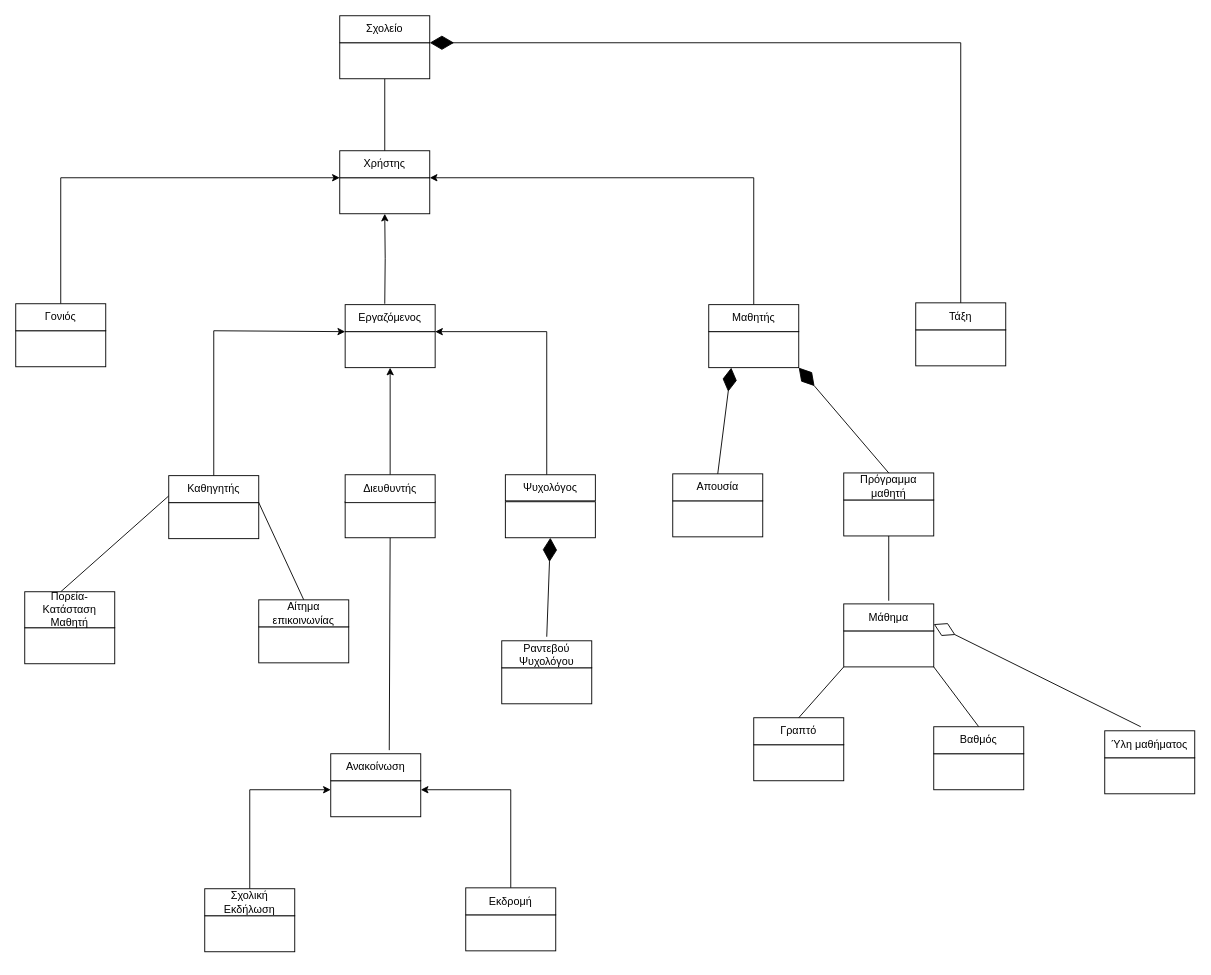
Above: Παραδοτέο2/domain_model.drawio in m1kemp/School-Hero (draw.io), before the change. Source tidied: cells renumbered, new cells numbered last; positions are measured from the earlier drawing's top-left corner, leaving out a move shared by most shapes. Both pictures are drawn from the tidied source at 90%, with x=0, y=0 at pixel (15, 15).
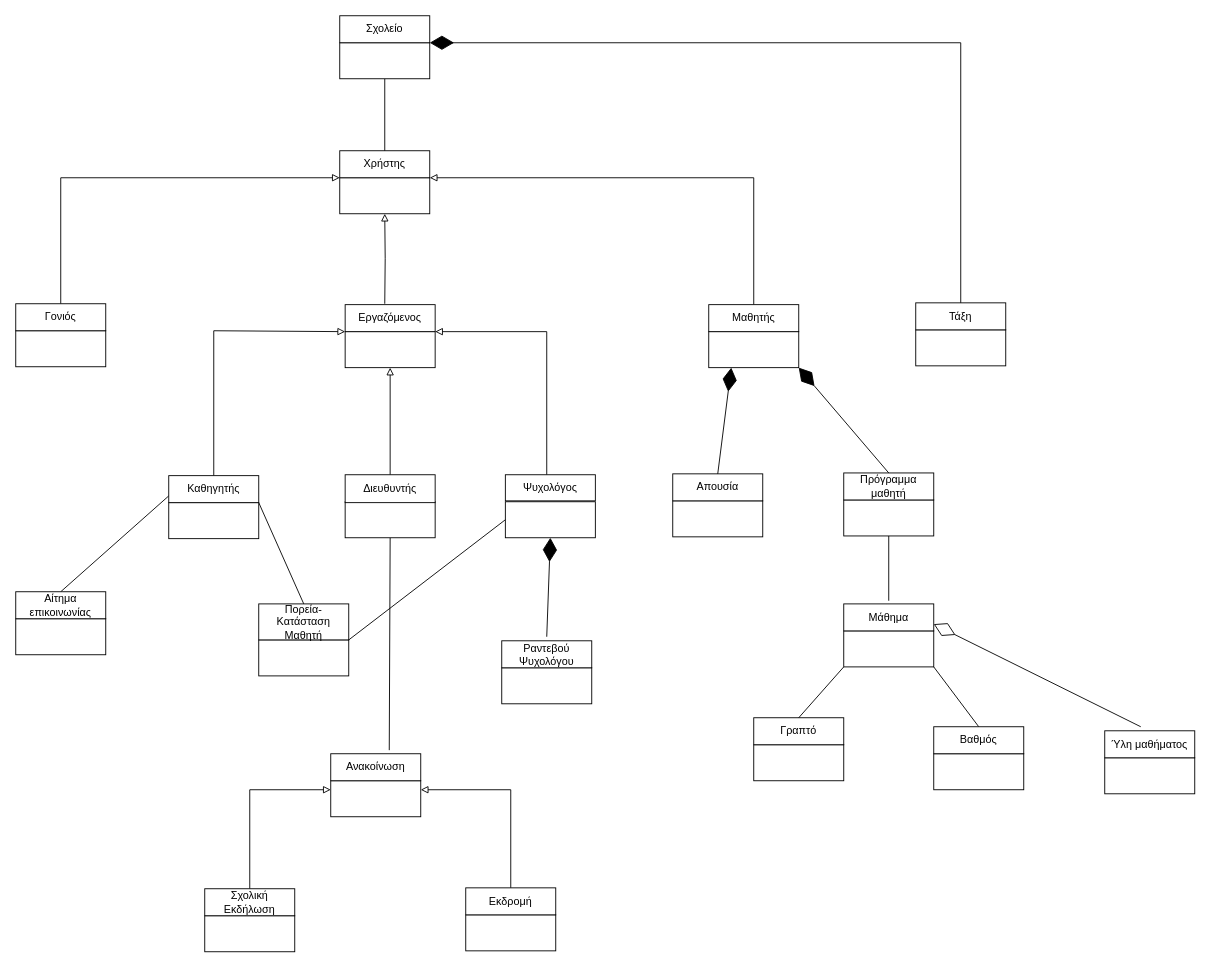
The same page after the edit.

The change refers to these unchanged cells:
```xml
<mxCell id="3" style="rounded=0;whiteSpace=wrap;html=1;" parent="1" vertex="1">
  <mxGeometry x="360" y="180" width="100" height="40" as="geometry" />
</mxCell>
<mxCell id="6" value="Χρήστης" style="rounded=0;whiteSpace=wrap;html=1;" parent="1" vertex="1">
  <mxGeometry x="360" y="150" width="100" height="30" as="geometry" />
</mxCell>
<mxCell id="9" value="Μαθητής" style="rounded=0;whiteSpace=wrap;html=1;" parent="1" vertex="1">
  <mxGeometry x="770" y="321" width="100" height="30" as="geometry" />
</mxCell>
<mxCell id="12" value="Γονιός" style="rounded=0;whiteSpace=wrap;html=1;" parent="1" vertex="1">
  <mxGeometry y="320" width="100" height="30" as="geometry" />
</mxCell>
<mxCell id="16" style="rounded=0;whiteSpace=wrap;html=1;" parent="1" vertex="1">
  <mxGeometry x="366" y="351" width="100" height="40" as="geometry" />
</mxCell>
<mxCell id="18" value="Εργαζόμενος" style="rounded=0;whiteSpace=wrap;html=1;" parent="1" vertex="1">
  <mxGeometry x="366" y="321" width="100" height="30" as="geometry" />
</mxCell>
<mxCell id="21" style="rounded=0;whiteSpace=wrap;html=1;" parent="1" vertex="1">
  <mxGeometry x="170" y="541" width="100" height="40" as="geometry" />
</mxCell>
<mxCell id="23" value="Καθηγητής" style="rounded=0;whiteSpace=wrap;html=1;" parent="1" vertex="1">
  <mxGeometry x="170" y="511" width="100" height="30" as="geometry" />
</mxCell>
<mxCell id="27" value="Διευθυντής" style="rounded=0;whiteSpace=wrap;html=1;" parent="1" vertex="1">
  <mxGeometry x="366" y="510" width="100" height="31" as="geometry" />
</mxCell>
<mxCell id="64" style="rounded=0;whiteSpace=wrap;html=1;" parent="1" vertex="1">
  <mxGeometry x="350" y="850" width="100" height="40" as="geometry" />
</mxCell>
<mxCell id="68" value="Σχολική Εκδήλωση" style="rounded=0;whiteSpace=wrap;html=1;" parent="1" vertex="1">
  <mxGeometry x="210" y="970" width="100" height="30" as="geometry" />
</mxCell>
<mxCell id="71" value="Εκδρομή" style="rounded=0;whiteSpace=wrap;html=1;" parent="1" vertex="1">
  <mxGeometry x="500" y="969" width="100" height="30" as="geometry" />
</mxCell>
```

Diff of the diagram source:
```diff
@@
-    <mxCell id="2" style="edgeStyle=orthogonalEdgeStyle;rounded=0;jettySize=auto;html=1;entryX=0.5;entryY=1;entryDx=0;entryDy=0;" parent="1" edge="1" target="3">
+    <mxCell id="2" style="edgeStyle=orthogonalEdgeStyle;rounded=0;jettySize=auto;html=1;entryX=0.5;entryY=1;entryDx=0;entryDy=0;endArrow=block;endFill=0;" parent="1" edge="1" target="3">
       <mxGeometry relative="1" as="geometry">
         <mxPoint x="410" y="320" as="sourcePoint" />
       </mxGeometry>
     </mxCell>
@@
-    <mxCell id="4" style="edgeStyle=orthogonalEdgeStyle;rounded=0;jettySize=auto;html=1;exitX=0.5;exitY=0;exitDx=0;exitDy=0;entryX=0;entryY=1;entryDx=0;entryDy=0;" parent="1" edge="1" source="12" target="6">
+    <mxCell id="4" style="edgeStyle=orthogonalEdgeStyle;rounded=0;jettySize=auto;html=1;exitX=0.5;exitY=0;exitDx=0;exitDy=0;entryX=0;entryY=1;entryDx=0;entryDy=0;endArrow=block;endFill=0;" parent="1" edge="1" source="12" target="6">
       <mxGeometry relative="1" as="geometry">
         <Array as="points">
           <mxPoint x="50" y="180" />
         </Array>
       </mxGeometry>
     </mxCell>
-    <mxCell id="5" style="edgeStyle=orthogonalEdgeStyle;rounded=0;jettySize=auto;html=1;entryX=1;entryY=1;entryDx=0;entryDy=0;" parent="1" edge="1" source="9" target="6">
+    <mxCell id="5" style="edgeStyle=orthogonalEdgeStyle;rounded=0;jettySize=auto;html=1;entryX=1;entryY=1;entryDx=0;entryDy=0;endArrow=block;endFill=0;" parent="1" edge="1" source="9" target="6">
       <mxGeometry relative="1" as="geometry">
         <Array as="points">
           <mxPoint x="820" y="180" />
         </Array>
       </mxGeometry>
     </mxCell>
@@
-    <mxCell id="13" style="edgeStyle=orthogonalEdgeStyle;rounded=0;jettySize=auto;html=1;entryX=0;entryY=0;entryDx=0;entryDy=0;" parent="1" edge="1" source="23" target="16">
+    <mxCell id="13" style="edgeStyle=orthogonalEdgeStyle;rounded=0;jettySize=auto;html=1;entryX=0;entryY=0;entryDx=0;entryDy=0;endArrow=block;endFill=0;" parent="1" edge="1" source="23" target="16">
       <mxGeometry relative="1" as="geometry">
         <Array as="points">
           <mxPoint x="220" y="350" />
         </Array>
       </mxGeometry>
     </mxCell>
@@
-    <mxCell id="15" style="edgeStyle=orthogonalEdgeStyle;rounded=0;jettySize=auto;html=1;entryX=0.5;entryY=1;entryDx=0;entryDy=0;exitX=0.5;exitY=0;exitDx=0;exitDy=0;" parent="1" edge="1" source="27" target="16">
+    <mxCell id="15" style="edgeStyle=orthogonalEdgeStyle;rounded=0;jettySize=auto;html=1;entryX=0.5;entryY=1;entryDx=0;entryDy=0;exitX=0.5;exitY=0;exitDx=0;exitDy=0;endArrow=block;endFill=0;" parent="1" edge="1" source="27" target="16">
       <mxGeometry relative="1" as="geometry" />
     </mxCell>
@@
-    <mxCell id="17" style="edgeStyle=orthogonalEdgeStyle;rounded=0;jettySize=auto;html=1;entryX=1;entryY=1;entryDx=0;entryDy=0;" parent="1" edge="1" target="18">
+    <mxCell id="17" style="edgeStyle=orthogonalEdgeStyle;rounded=0;jettySize=auto;html=1;entryX=1;entryY=1;entryDx=0;entryDy=0;endArrow=block;endFill=0;" parent="1" edge="1" target="18">
       <mxGeometry relative="1" as="geometry">
         <mxPoint x="590" y="510" as="sourcePoint" />
         <Array as="points">
           <mxPoint x="590" y="510" />
           <mxPoint x="590" y="350" />
         </Array>
       </mxGeometry>
     </mxCell>
@@
-    <mxCell id="20" style="edgeStyle=none;shape=connector;rounded=0;jettySize=auto;html=1;exitX=1;exitY=0;exitDx=0;exitDy=0;entryX=0.5;entryY=0;entryDx=0;entryDy=0;labelBackgroundColor=default;strokeColor=default;fontFamily=Helvetica;fontSize=11;fontColor=default;endArrow=none;" parent="1" edge="1" source="21" target="74">
-      <mxGeometry relative="1" as="geometry" />
+    <mxCell id="20" style="edgeStyle=none;shape=connector;rounded=0;jettySize=auto;html=1;exitX=1;exitY=0;exitDx=0;exitDy=0;entryX=0.5;entryY=0;entryDx=0;entryDy=0;labelBackgroundColor=default;strokeColor=default;fontFamily=Helvetica;fontSize=11;fontColor=default;endArrow=none;" parent="1" edge="1" source="21">
+      <mxGeometry relative="1" as="geometry">
+        <mxPoint x="320" y="653.5" as="targetPoint" />
+      </mxGeometry>
     </mxCell>
@@
-    <mxCell id="22" style="edgeStyle=none;shape=connector;rounded=0;jettySize=auto;html=1;exitX=0;exitY=0.75;exitDx=0;exitDy=0;entryX=0.4;entryY=0;entryDx=0;entryDy=0;entryPerimeter=0;labelBackgroundColor=default;strokeColor=default;fontFamily=Helvetica;fontSize=11;fontColor=default;endArrow=none;" parent="1" edge="1" source="23" target="57">
-      <mxGeometry relative="1" as="geometry" />
+    <mxCell id="22" style="edgeStyle=none;shape=connector;rounded=0;jettySize=auto;html=1;exitX=0;exitY=0.75;exitDx=0;exitDy=0;entryX=0.4;entryY=0;entryDx=0;entryDy=0;entryPerimeter=0;labelBackgroundColor=default;strokeColor=default;fontFamily=Helvetica;fontSize=11;fontColor=default;endArrow=none;" parent="1" edge="1" source="23">
+      <mxGeometry relative="1" as="geometry">
+        <mxPoint x="50" y="640" as="targetPoint" />
+      </mxGeometry>
     </mxCell>
@@
-    <mxCell id="56" style="rounded=0;whiteSpace=wrap;html=1;" parent="1" vertex="1">
-      <mxGeometry x="10" y="680" width="100" height="40" as="geometry" />
-    </mxCell>
-    <mxCell id="57" value="Πορεία-Κατάσταση Μαθητή" style="rounded=0;whiteSpace=wrap;html=1;" parent="1" vertex="1">
-      <mxGeometry x="10" y="640" width="100" height="40" as="geometry" />
-    </mxCell>
-    <mxCell id="58" style="edgeStyle=orthogonalEdgeStyle;rounded=0;orthogonalLoop=1;jettySize=auto;html=1;exitX=0.5;exitY=1;exitDx=0;exitDy=0;" parent="1" edge="1" source="56" target="56">
-      <mxGeometry relative="1" as="geometry" />
-    </mxCell>
@@
-    <mxCell id="62" style="edgeStyle=orthogonalEdgeStyle;rounded=0;jettySize=auto;html=1;exitX=0.5;exitY=0;exitDx=0;exitDy=0;entryX=0;entryY=0.25;entryDx=0;entryDy=0;" parent="1" edge="1" source="68" target="64">
+    <mxCell id="62" style="edgeStyle=orthogonalEdgeStyle;rounded=0;jettySize=auto;html=1;exitX=0.5;exitY=0;exitDx=0;exitDy=0;entryX=0;entryY=0.25;entryDx=0;entryDy=0;endArrow=block;endFill=0;" parent="1" edge="1" source="68" target="64">
       <mxGeometry relative="1" as="geometry" />
     </mxCell>
-    <mxCell id="63" style="edgeStyle=orthogonalEdgeStyle;rounded=0;jettySize=auto;html=1;exitX=0.5;exitY=0;exitDx=0;exitDy=0;entryX=1;entryY=0.25;entryDx=0;entryDy=0;" parent="1" edge="1" source="71" target="64">
+    <mxCell id="63" style="edgeStyle=orthogonalEdgeStyle;rounded=0;jettySize=auto;html=1;exitX=0.5;exitY=0;exitDx=0;exitDy=0;entryX=1;entryY=0.25;entryDx=0;entryDy=0;endArrow=block;endFill=0;" parent="1" edge="1" source="71" target="64">
       <mxGeometry relative="1" as="geometry">
         <Array as="points">
           <mxPoint x="550" y="860" />
         </Array>
       </mxGeometry>
     </mxCell>
@@
-    <mxCell id="73" style="rounded=0;whiteSpace=wrap;html=1;" parent="1" vertex="1">
-      <mxGeometry x="270" y="679" width="100" height="40" as="geometry" />
-    </mxCell>
-    <mxCell id="74" value="Αίτημα επικοινωνίας" style="rounded=0;whiteSpace=wrap;html=1;" parent="1" vertex="1">
-      <mxGeometry x="270" y="649" width="100" height="30" as="geometry" />
-    </mxCell>
-    <mxCell id="75" style="edgeStyle=orthogonalEdgeStyle;rounded=0;orthogonalLoop=1;jettySize=auto;html=1;exitX=0.5;exitY=1;exitDx=0;exitDy=0;" parent="1" edge="1" source="73" target="73">
-      <mxGeometry relative="1" as="geometry" />
-    </mxCell>
@@
+    <mxCell id="84" style="rounded=0;whiteSpace=wrap;html=1;" parent="1" vertex="1">
+      <mxGeometry y="670" width="100" height="40" as="geometry" />
+    </mxCell>
+    <mxCell id="74" value="Αίτημα επικοινωνίας" style="rounded=0;whiteSpace=wrap;html=1;" parent="1" vertex="1">
+      <mxGeometry y="640" width="100" height="30" as="geometry" />
+    </mxCell>
+    <mxCell id="85" style="edgeStyle=orthogonalEdgeStyle;rounded=0;orthogonalLoop=1;jettySize=auto;html=1;exitX=0.5;exitY=1;exitDx=0;exitDy=0;" parent="1" edge="1" source="84" target="84">
+      <mxGeometry relative="1" as="geometry" />
+    </mxCell>
+    <mxCell id="86" style="rounded=0;whiteSpace=wrap;html=1;" parent="1" vertex="1">
+      <mxGeometry x="270" y="693.5" width="100" height="40" as="geometry" />
+    </mxCell>
+    <mxCell id="57" value="Πορεία-Κατάσταση Μαθητή" style="rounded=0;whiteSpace=wrap;html=1;" parent="1" vertex="1">
+      <mxGeometry x="270" y="653.5" width="100" height="40" as="geometry" />
+    </mxCell>
+    <mxCell id="87" style="edgeStyle=orthogonalEdgeStyle;rounded=0;orthogonalLoop=1;jettySize=auto;html=1;exitX=0.5;exitY=1;exitDx=0;exitDy=0;" parent="1" edge="1" source="86" target="86">
+      <mxGeometry relative="1" as="geometry" />
+    </mxCell>
+    <mxCell id="88" style="endArrow=none;html=1;rounded=0;exitX=1;exitY=1;exitDx=0;exitDy=0;" parent="1" edge="1" source="57">
+      <mxGeometry relative="1" as="geometry">
+        <mxPoint x="544" y="560" as="targetPoint" />
+      </mxGeometry>
+    </mxCell>
```
